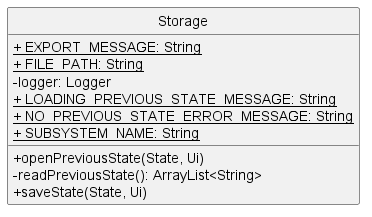
Above: docs/images/storageClass.png in nus-cs2113-AY2223S1/tp (PlantUML), before the change.
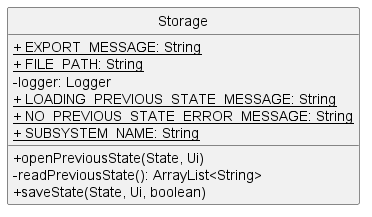
After the change.

Commit message:
Fix link class

What changed in the source:
```diff
@@ -12,6 +12,6 @@
 
     + openPreviousState(State, Ui)
     - readPreviousState(): ArrayList<String>
-    + saveState(State, Ui)
+    + saveState(State, Ui, boolean)
 }
 @enduml
```
